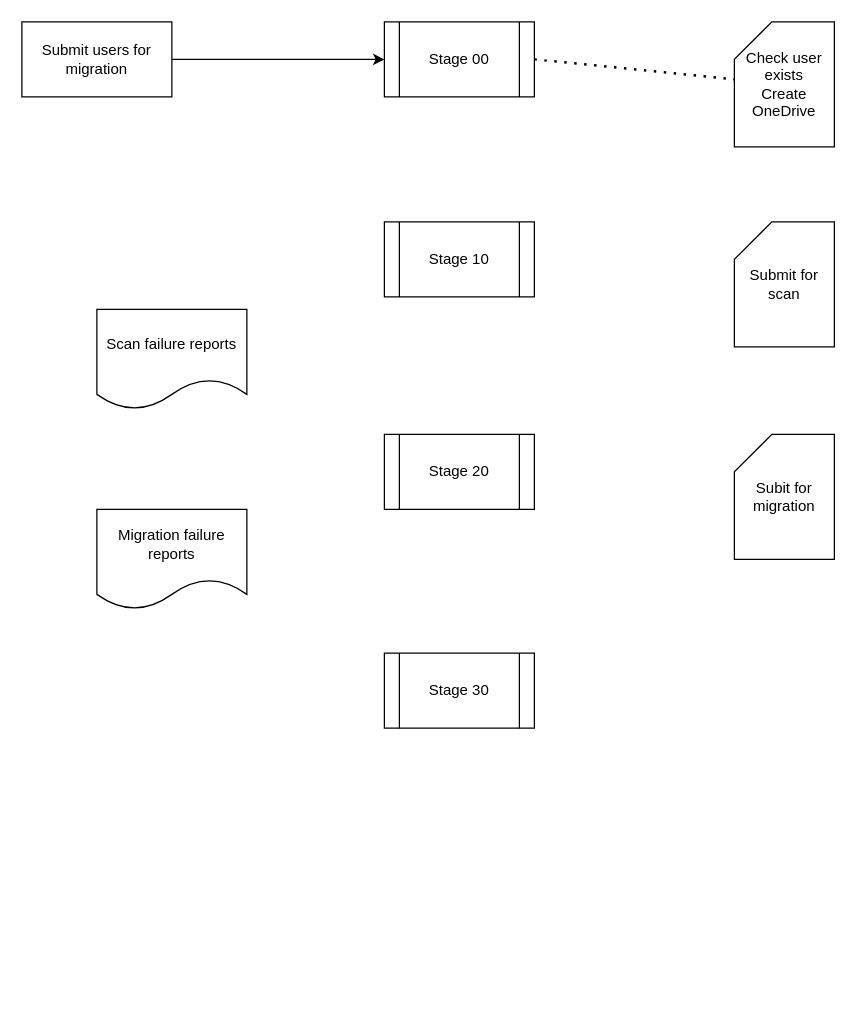
This is onedrive_migration.drawio from ccaabrw/diagrams, a draw.io file, before an edit. Source tidied: cells renumbered, new cells numbered last; positions are measured from the earlier drawing's top-left corner, leaving out a move shared by most shapes. Both pictures are drawn from the tidied source at 125%, with x=0, y=0 at pixel (21, 21).
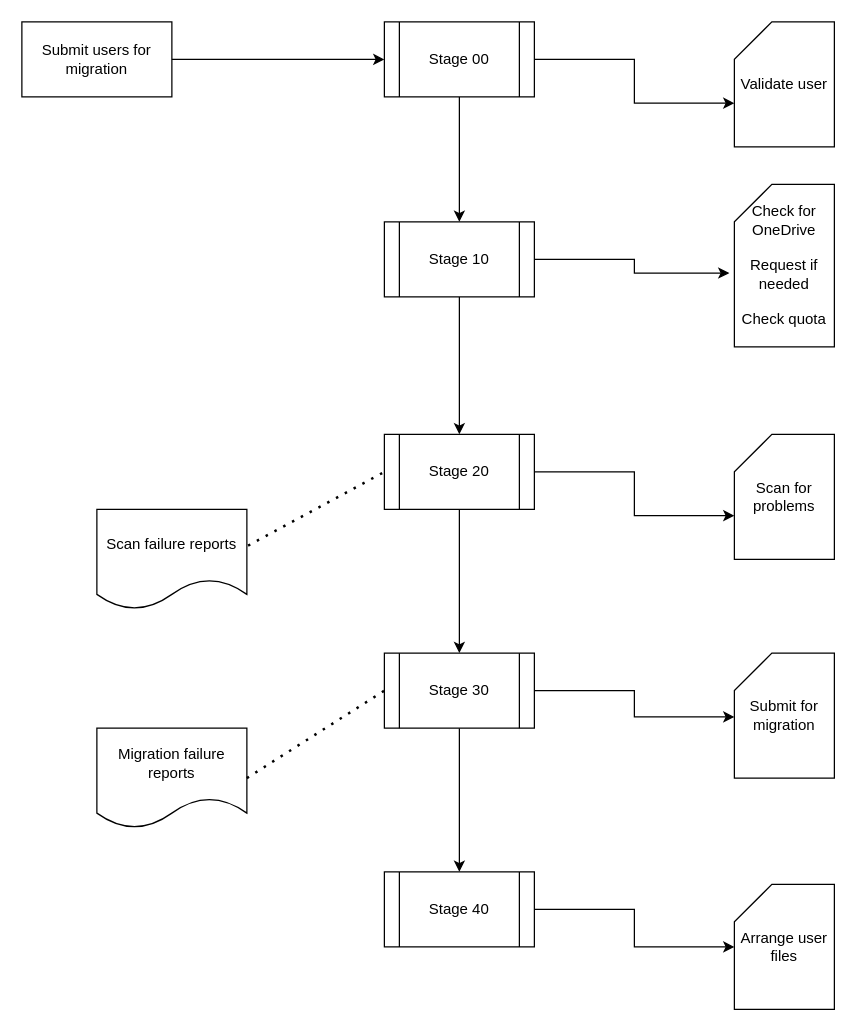
The same page after the edit.

Unchanged cells that the change refers to:
```xml
<mxCell id="3" value="Stage 00" style="shape=process;whiteSpace=wrap;html=1;backgroundOutline=1;" parent="1" vertex="1">
  <mxGeometry x="290" width="120" height="60" as="geometry" />
</mxCell>
<mxCell id="4" value="Stage 10" style="shape=process;whiteSpace=wrap;html=1;backgroundOutline=1;" parent="1" vertex="1">
  <mxGeometry x="290" y="160" width="120" height="60" as="geometry" />
</mxCell>
<mxCell id="5" value="Stage 30" style="shape=process;whiteSpace=wrap;html=1;backgroundOutline=1;" parent="1" vertex="1">
  <mxGeometry x="290" y="505" width="120" height="60" as="geometry" />
</mxCell>
<mxCell id="6" value="Stage 20" style="shape=process;whiteSpace=wrap;html=1;backgroundOutline=1;" parent="1" vertex="1">
  <mxGeometry x="290" y="330" width="120" height="60" as="geometry" />
</mxCell>
```

Diff of the diagram source:
```diff
@@
+    <mxCell id="8" style="edgeStyle=orthogonalEdgeStyle;rounded=0;jettySize=auto;html=1;exitX=1;exitY=0.5;exitDx=0;exitDy=0;entryX=0;entryY=0;entryDx=0;entryDy=65;entryPerimeter=0;" parent="1" edge="1" source="3" target="9">
+      <mxGeometry relative="1" as="geometry" />
+    </mxCell>
+    <mxCell id="14" style="edgeStyle=orthogonalEdgeStyle;rounded=0;jettySize=auto;html=1;entryX=0.5;entryY=0;entryDx=0;entryDy=0;" parent="1" edge="1" source="3" target="4">
+      <mxGeometry relative="1" as="geometry" />
+    </mxCell>
@@
+    <mxCell id="15" style="edgeStyle=orthogonalEdgeStyle;rounded=0;jettySize=auto;html=1;exitX=1;exitY=0.5;exitDx=0;exitDy=0;entryX=-0.05;entryY=0.546;entryDx=0;entryDy=0;entryPerimeter=0;" parent="1" edge="1" source="4" target="11">
+      <mxGeometry relative="1" as="geometry" />
+    </mxCell>
+    <mxCell id="16" style="edgeStyle=orthogonalEdgeStyle;rounded=0;jettySize=auto;html=1;exitX=0.5;exitY=1;exitDx=0;exitDy=0;entryX=0.5;entryY=0;entryDx=0;entryDy=0;" parent="1" edge="1" source="4" target="6">
+      <mxGeometry relative="1" as="geometry" />
+    </mxCell>
@@
+    <mxCell id="17" style="edgeStyle=orthogonalEdgeStyle;rounded=0;jettySize=auto;html=1;exitX=1;exitY=0.5;exitDx=0;exitDy=0;entryX=0;entryY=0.51;entryDx=0;entryDy=0;entryPerimeter=0;" parent="1" edge="1" source="5" target="21">
+      <mxGeometry relative="1" as="geometry" />
+    </mxCell>
+    <mxCell id="18" style="edgeStyle=orthogonalEdgeStyle;rounded=0;jettySize=auto;html=1;exitX=0.5;exitY=1;exitDx=0;exitDy=0;entryX=0.5;entryY=0;entryDx=0;entryDy=0;" parent="1" edge="1" source="5" target="23">
+      <mxGeometry relative="1" as="geometry" />
+    </mxCell>
@@
+    <mxCell id="19" style="edgeStyle=orthogonalEdgeStyle;rounded=0;jettySize=auto;html=1;exitX=1;exitY=0.5;exitDx=0;exitDy=0;entryX=0;entryY=0;entryDx=0;entryDy=65;entryPerimeter=0;" parent="1" edge="1" source="6" target="10">
+      <mxGeometry relative="1" as="geometry" />
+    </mxCell>
+    <mxCell id="20" style="edgeStyle=orthogonalEdgeStyle;rounded=0;jettySize=auto;html=1;exitX=0.5;exitY=1;exitDx=0;exitDy=0;entryX=0.5;entryY=0;entryDx=0;entryDy=0;" parent="1" edge="1" source="6" target="5">
+      <mxGeometry relative="1" as="geometry" />
+    </mxCell>
@@
-    <mxCell id="8" style="endArrow=none;dashed=1;html=1;dashPattern=1 3;strokeWidth=2;rounded=0;exitX=1;exitY=0.5;exitDx=0;exitDy=0;" parent="1" edge="1" source="3" target="9">
-      <mxGeometry relative="1" as="geometry" />
-    </mxCell>
-    <mxCell id="9" value="Check user exists&lt;br&gt;Create OneDrive" style="shape=card;whiteSpace=wrap;html=1;" parent="1" vertex="1">
+    <mxCell id="9" value="Validate user&lt;br&gt;" style="shape=card;whiteSpace=wrap;html=1;" parent="1" vertex="1">
       <mxGeometry x="570" width="80" height="100" as="geometry" />
     </mxCell>
-    <mxCell id="10" value="Subit for migration" style="shape=card;whiteSpace=wrap;html=1;" parent="1" vertex="1">
+    <mxCell id="10" value="Scan for problems" style="shape=card;whiteSpace=wrap;html=1;" parent="1" vertex="1">
       <mxGeometry x="570" y="330" width="80" height="100" as="geometry" />
     </mxCell>
-    <mxCell id="11" value="Submit for scan" style="shape=card;whiteSpace=wrap;html=1;" parent="1" vertex="1">
-      <mxGeometry x="570" y="160" width="80" height="100" as="geometry" />
+    <mxCell id="11" value="Check for OneDrive&lt;br&gt;&lt;br&gt;Request if needed&lt;br&gt;&lt;br&gt;Check quota" style="shape=card;whiteSpace=wrap;html=1;" parent="1" vertex="1">
+      <mxGeometry x="570" y="130" width="80" height="130" as="geometry" />
     </mxCell>
     <mxCell id="12" value="Scan failure reports" style="shape=document;whiteSpace=wrap;html=1;boundedLbl=1;" parent="1" vertex="1">
-      <mxGeometry x="60" y="230" width="120" height="80" as="geometry" />
+      <mxGeometry x="60" y="390" width="120" height="80" as="geometry" />
     </mxCell>
     <mxCell id="13" value="Migration failure reports" style="shape=document;whiteSpace=wrap;html=1;boundedLbl=1;" parent="1" vertex="1">
-      <mxGeometry x="60" y="390" width="120" height="80" as="geometry" />
+      <mxGeometry x="60" y="565" width="120" height="80" as="geometry" />
     </mxCell>
+    <mxCell id="21" value="Submit for migration" style="shape=card;whiteSpace=wrap;html=1;" parent="1" vertex="1">
+      <mxGeometry x="570" y="505" width="80" height="100" as="geometry" />
+    </mxCell>
+    <mxCell id="22" style="edgeStyle=orthogonalEdgeStyle;rounded=0;jettySize=auto;html=1;exitX=1;exitY=0.5;exitDx=0;exitDy=0;" parent="1" edge="1" source="23" target="24">
+      <mxGeometry relative="1" as="geometry" />
+    </mxCell>
+    <mxCell id="23" value="Stage 40" style="shape=process;whiteSpace=wrap;html=1;backgroundOutline=1;" parent="1" vertex="1">
+      <mxGeometry x="290" y="680" width="120" height="60" as="geometry" />
+    </mxCell>
+    <mxCell id="24" value="Arrange user files" style="shape=card;whiteSpace=wrap;html=1;" parent="1" vertex="1">
+      <mxGeometry x="570" y="690" width="80" height="100" as="geometry" />
+    </mxCell>
+    <mxCell id="25" style="endArrow=none;dashed=1;html=1;dashPattern=1 3;strokeWidth=2;rounded=0;entryX=0;entryY=0.5;entryDx=0;entryDy=0;exitX=1.008;exitY=0.363;exitDx=0;exitDy=0;exitPerimeter=0;" parent="1" edge="1" source="12" target="6">
+      <mxGeometry relative="1" as="geometry" />
+    </mxCell>
+    <mxCell id="26" style="endArrow=none;dashed=1;html=1;dashPattern=1 3;strokeWidth=2;rounded=0;exitX=1;exitY=0.5;exitDx=0;exitDy=0;entryX=0;entryY=0.5;entryDx=0;entryDy=0;" parent="1" edge="1" source="13" target="5">
+      <mxGeometry relative="1" as="geometry" />
+    </mxCell>
```
